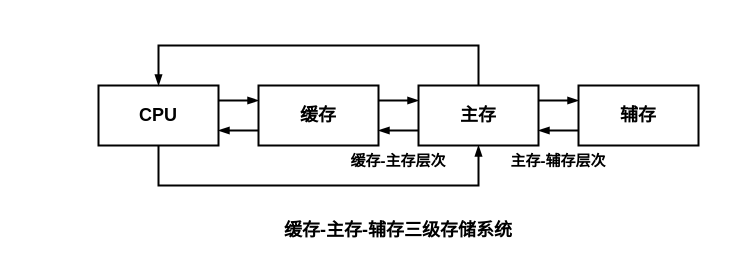
Earlier version of the draw.io diagram page "存储器-层次结构" (11 of 20) of draw_workspace/计算机组成原理.drawio (creatern/NoteBook). Source tidied: cells renumbered, new cells numbered last; positions are measured from the earlier drawing's top-left corner, leaving out a move shared by most shapes. Both pictures are drawn from the tidied source at 100%, with x=0, y=0 at pixel (98, 45).
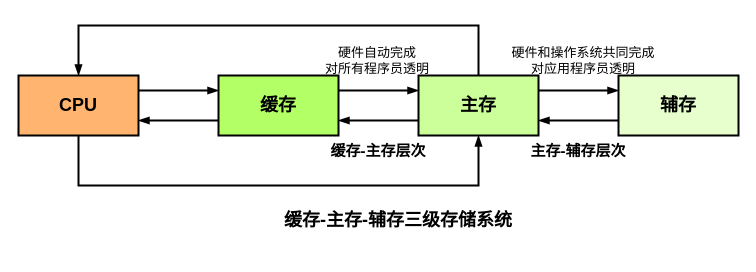
After the change.

The edit, as a diff of the source:
```diff
@@
     <mxCell id="3" style="edgeStyle=orthogonalEdgeStyle;shape=connector;rounded=0;jettySize=auto;html=1;exitX=0.5;exitY=1;exitDx=0;exitDy=0;entryX=0.5;entryY=1;entryDx=0;entryDy=0;labelBackgroundColor=default;strokeColor=default;strokeWidth=2;fontFamily=Helvetica;fontSize=11;fontColor=default;endArrow=blockThin;endFill=1;" parent="1" edge="1" source="4" target="11">
       <mxGeometry relative="1" as="geometry">
         <Array as="points">
-          <mxPoint x="60" y="140" />
+          <mxPoint x="-20" y="140" />
           <mxPoint x="380" y="140" />
         </Array>
       </mxGeometry>
     </mxCell>
-    <mxCell id="4" value="&lt;b&gt;&lt;font style=&quot;font-size: 18px;&quot;&gt;CPU&lt;/font&gt;&lt;/b&gt;" style="rounded=0;whiteSpace=wrap;html=1;strokeWidth=2;" parent="1" vertex="1">
-      <mxGeometry y="40" width="120" height="60" as="geometry" />
+    <mxCell id="4" value="&lt;b&gt;&lt;font style=&quot;font-size: 18px;&quot;&gt;CPU&lt;/font&gt;&lt;/b&gt;" style="rounded=0;whiteSpace=wrap;html=1;strokeWidth=2;fillColor=#FFB570;" parent="1" vertex="1">
+      <mxGeometry x="-80" y="30" width="120" height="60" as="geometry" />
     </mxCell>
@@
-    <mxCell id="7" value="&lt;font style=&quot;font-size: 18px;&quot;&gt;缓存&lt;/font&gt;" style="rounded=0;whiteSpace=wrap;html=1;strokeWidth=2;fontSize=18;fontStyle=1;" parent="1" vertex="1">
-      <mxGeometry x="160" y="40" width="120" height="60" as="geometry" />
+    <mxCell id="7" value="&lt;font style=&quot;font-size: 18px;&quot;&gt;缓存&lt;/font&gt;" style="rounded=0;whiteSpace=wrap;html=1;strokeWidth=2;fontSize=18;fontStyle=1;fillColor=#B3FF66;" parent="1" vertex="1">
+      <mxGeometry x="120" y="30" width="120" height="60" as="geometry" />
     </mxCell>
@@
     <mxCell id="10" style="edgeStyle=orthogonalEdgeStyle;shape=connector;rounded=0;jettySize=auto;html=1;exitX=0.5;exitY=0;exitDx=0;exitDy=0;entryX=0.5;entryY=0;entryDx=0;entryDy=0;labelBackgroundColor=default;strokeColor=default;strokeWidth=2;fontFamily=Helvetica;fontSize=11;fontColor=default;endArrow=blockThin;endFill=1;" parent="1" edge="1" source="11" target="4">
       <mxGeometry relative="1" as="geometry">
         <Array as="points">
-          <mxPoint x="380" />
-          <mxPoint x="60" />
+          <mxPoint x="380" y="-20" />
+          <mxPoint x="-20" y="-20" />
         </Array>
       </mxGeometry>
     </mxCell>
-    <mxCell id="11" value="主存" style="rounded=0;whiteSpace=wrap;html=1;strokeWidth=2;fontSize=18;fontStyle=1;" parent="1" vertex="1">
-      <mxGeometry x="320" y="40" width="120" height="60" as="geometry" />
+    <mxCell id="11" value="主存" style="rounded=0;whiteSpace=wrap;html=1;strokeWidth=2;fontSize=18;fontStyle=1;fillColor=#CCFF99;" parent="1" vertex="1">
+      <mxGeometry x="320" y="30" width="120" height="60" as="geometry" />
     </mxCell>
@@
-    <mxCell id="13" value="辅存" style="rounded=0;whiteSpace=wrap;html=1;strokeWidth=2;fontSize=18;fontStyle=1;" parent="1" vertex="1">
-      <mxGeometry x="480" y="40" width="120" height="60" as="geometry" />
+    <mxCell id="13" value="辅存" style="rounded=0;whiteSpace=wrap;html=1;strokeWidth=2;fontSize=18;fontStyle=1;fillColor=#E6FFCC;" parent="1" vertex="1">
+      <mxGeometry x="520" y="30" width="120" height="60" as="geometry" />
     </mxCell>
     <mxCell id="14" value="&lt;b style=&quot;font-size: 15px;&quot;&gt;缓存-主存层次&lt;/b&gt;" style="text;html=1;strokeColor=none;fillColor=none;align=center;verticalAlign=middle;whiteSpace=wrap;rounded=0;fontSize=15;fontFamily=Helvetica;fontColor=default;" parent="1" vertex="1">
-      <mxGeometry x="220" y="90" width="160" height="50" as="geometry" />
+      <mxGeometry x="200" y="80" width="160" height="50" as="geometry" />
     </mxCell>
     <mxCell id="15" value="&lt;b style=&quot;font-size: 15px;&quot;&gt;主存-辅存层次&lt;/b&gt;" style="text;html=1;strokeColor=none;fillColor=none;align=center;verticalAlign=middle;whiteSpace=wrap;rounded=0;fontSize=15;fontFamily=Helvetica;fontColor=default;" parent="1" vertex="1">
-      <mxGeometry x="380" y="90" width="160" height="50" as="geometry" />
+      <mxGeometry x="400" y="80" width="160" height="50" as="geometry" />
     </mxCell>
     <mxCell id="16" value="&lt;b style=&quot;font-size: 18px;&quot;&gt;缓存-主存-辅存三级存储系统&lt;/b&gt;" style="text;html=1;strokeColor=none;fillColor=none;align=center;verticalAlign=middle;whiteSpace=wrap;rounded=0;fontSize=18;fontFamily=Helvetica;fontColor=default;" parent="1" vertex="1">
-      <mxGeometry x="180" y="160" width="240" height="50" as="geometry" />
+      <mxGeometry x="180" y="150" width="240" height="50" as="geometry" />
     </mxCell>
+    <mxCell id="17" value="硬件自动完成&lt;br&gt;对所有程序员透明" style="text;html=1;strokeColor=none;fillColor=none;align=center;verticalAlign=middle;whiteSpace=wrap;rounded=0;fontSize=13;" parent="1" vertex="1">
+      <mxGeometry x="214" width="130" height="30" as="geometry" />
+    </mxCell>
+    <mxCell id="18" value="硬件和操作系统共同完成&lt;br&gt;对应用程序员透明" style="text;html=1;strokeColor=none;fillColor=none;align=center;verticalAlign=middle;whiteSpace=wrap;rounded=0;fontSize=13;" parent="1" vertex="1">
+      <mxGeometry x="410" width="150" height="30" as="geometry" />
+    </mxCell>
```
